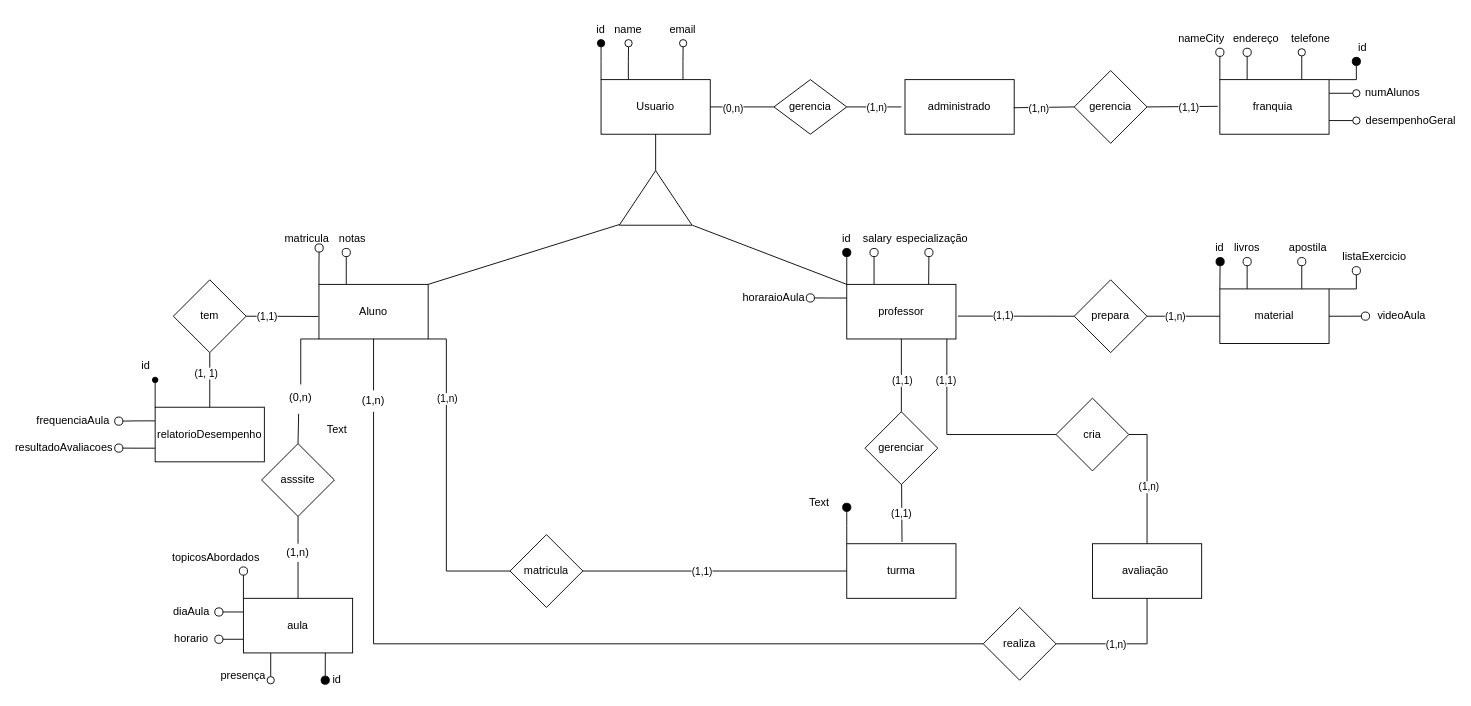
Earlier version of the draw.io diagram Diagrama-Banco-de-dados/DER.drawio (Wal221/ProjetoWeb2). Source tidied: cells renumbered, new cells numbered last; positions are measured from the earlier drawing's top-left corner, leaving out a move shared by most shapes. Both pictures are drawn from the tidied source at 91%, with x=0, y=0 at pixel (36, 15).
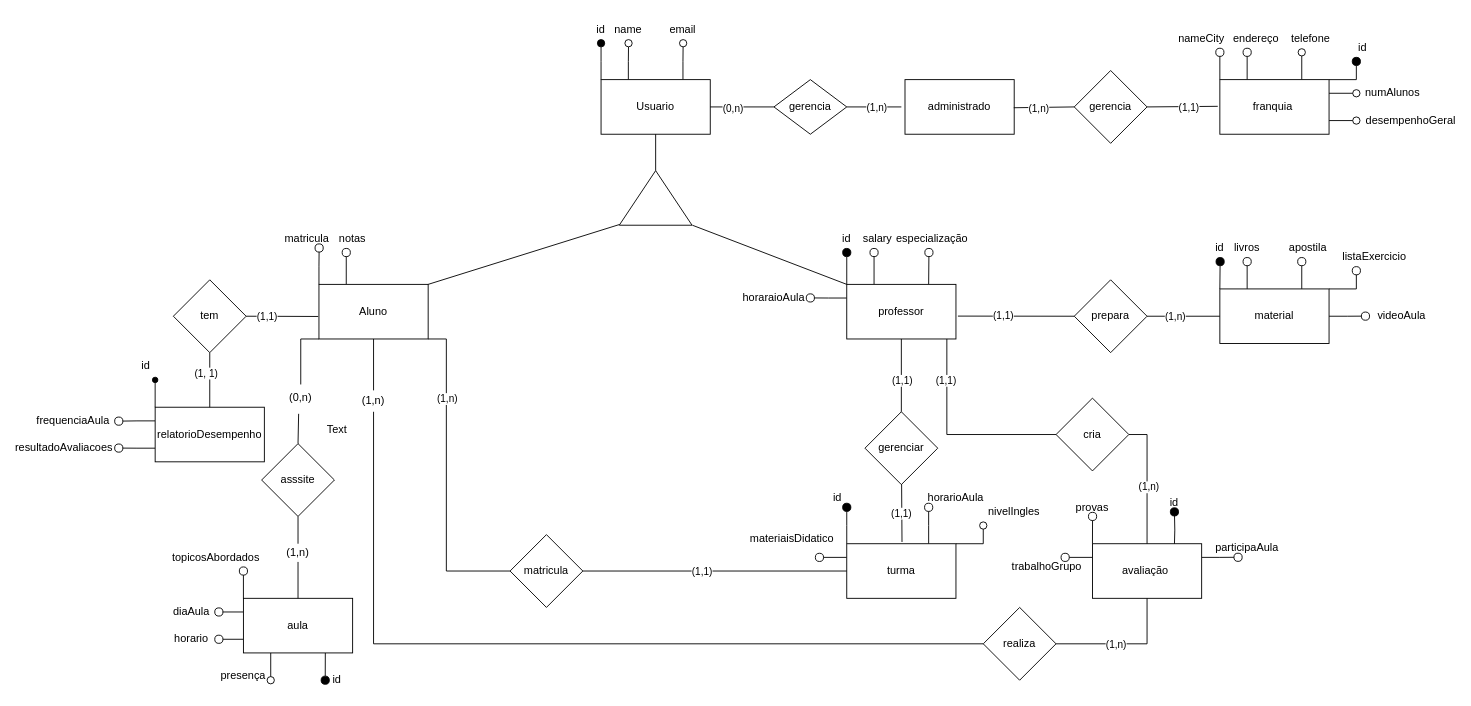
The same diagram, later.

Commit message:
atributos das entidades adicionadas

The change refers to these unchanged cells:
```xml
<mxCell id="39" value="avaliação&amp;nbsp;" style="rounded=0;whiteSpace=wrap;html=1;" parent="1" vertex="1">
  <mxGeometry x="1160" y="580" width="120" height="60" as="geometry" />
</mxCell>
<mxCell id="44" value="turma" style="rounded=0;whiteSpace=wrap;html=1;" parent="1" vertex="1">
  <mxGeometry x="890" y="580" width="120" height="60" as="geometry" />
</mxCell>
```

The edit, as a diff of the source:
```diff
@@
+    <mxCell id="123" style="edgeStyle=orthogonalEdgeStyle;rounded=0;orthogonalLoop=1;jettySize=auto;html=1;exitX=0.75;exitY=0;exitDx=0;exitDy=0;endArrow=oval;endFill=1;endSize=9;" parent="1" edge="1">
+      <mxGeometry relative="1" as="geometry">
+        <mxPoint x="1250" y="585" as="sourcePoint" />
+        <mxPoint x="1250.1" y="545" as="targetPoint" />
+      </mxGeometry>
+    </mxCell>
+    <mxCell id="124" style="edgeStyle=orthogonalEdgeStyle;rounded=0;jettySize=auto;html=1;exitX=0;exitY=0;exitDx=0;exitDy=0;endArrow=oval;endFill=0;endSize=9;" parent="1" edge="1" source="39">
+      <mxGeometry relative="1" as="geometry">
+        <mxPoint x="1160.1" y="550" as="targetPoint" />
+      </mxGeometry>
+    </mxCell>
+    <mxCell id="125" style="edgeStyle=orthogonalEdgeStyle;rounded=0;jettySize=auto;html=1;exitX=0;exitY=0.25;exitDx=0;exitDy=0;endArrow=oval;endFill=0;endSize=9;" parent="1" edge="1" source="39">
+      <mxGeometry relative="1" as="geometry">
+        <mxPoint x="1130" y="595.1" as="targetPoint" />
+      </mxGeometry>
+    </mxCell>
+    <mxCell id="126" style="edgeStyle=orthogonalEdgeStyle;rounded=0;jettySize=auto;html=1;exitX=1;exitY=0.25;exitDx=0;exitDy=0;endArrow=oval;endFill=0;endSize=9;" parent="1" edge="1" source="39">
+      <mxGeometry relative="1" as="geometry">
+        <mxPoint x="1320" y="594.9" as="targetPoint" />
+      </mxGeometry>
+    </mxCell>
@@
+    <mxCell id="127" style="edgeStyle=orthogonalEdgeStyle;rounded=0;jettySize=auto;html=1;exitX=0.75;exitY=0;exitDx=0;exitDy=0;endArrow=oval;endFill=0;endSize=9;" parent="1" edge="1" source="44">
+      <mxGeometry relative="1" as="geometry">
+        <mxPoint x="980" y="540" as="targetPoint" />
+      </mxGeometry>
+    </mxCell>
+    <mxCell id="128" style="edgeStyle=orthogonalEdgeStyle;rounded=0;jettySize=auto;html=1;exitX=1;exitY=0;exitDx=0;exitDy=0;endArrow=oval;endFill=0;endSize=8;" parent="1" edge="1" source="44">
+      <mxGeometry relative="1" as="geometry">
+        <mxPoint x="1040" y="560" as="targetPoint" />
+      </mxGeometry>
+    </mxCell>
+    <mxCell id="129" style="edgeStyle=orthogonalEdgeStyle;rounded=0;jettySize=auto;html=1;exitX=0;exitY=0.25;exitDx=0;exitDy=0;endArrow=oval;endFill=0;endSize=9;" parent="1" edge="1" source="44">
+      <mxGeometry relative="1" as="geometry">
+        <mxPoint x="860" y="595" as="targetPoint" />
+      </mxGeometry>
+    </mxCell>
@@
-    <mxCell id="122" value="Text" style="text;html=1;align=center;verticalAlign=middle;whiteSpace=wrap;rounded=0;" parent="1" vertex="1">
-      <mxGeometry x="830" y="520" width="60" height="30" as="geometry" />
+    <mxCell id="122" value="id" style="text;html=1;align=center;verticalAlign=middle;whiteSpace=wrap;rounded=0;" parent="1" vertex="1">
+      <mxGeometry x="850" y="515" width="60" height="30" as="geometry" />
     </mxCell>
+    <mxCell id="130" value="horarioAula" style="text;html=1;align=center;verticalAlign=middle;whiteSpace=wrap;rounded=0;" parent="1" vertex="1">
+      <mxGeometry x="980" y="515" width="60" height="30" as="geometry" />
+    </mxCell>
+    <mxCell id="131" value="nivelIngles" style="text;html=1;align=center;verticalAlign=middle;whiteSpace=wrap;rounded=0;" parent="1" vertex="1">
+      <mxGeometry x="1044" y="530" width="60" height="30" as="geometry" />
+    </mxCell>
+    <mxCell id="132" value="materiaisDidatico" style="text;html=1;align=center;verticalAlign=middle;whiteSpace=wrap;rounded=0;" parent="1" vertex="1">
+      <mxGeometry x="800" y="560" width="60" height="30" as="geometry" />
+    </mxCell>
+    <mxCell id="133" value="id" style="text;html=1;align=center;verticalAlign=middle;whiteSpace=wrap;rounded=0;" parent="1" vertex="1">
+      <mxGeometry x="1230" y="525" width="40" height="20" as="geometry" />
+    </mxCell>
+    <mxCell id="134" value="provas" style="text;html=1;align=center;verticalAlign=middle;whiteSpace=wrap;rounded=0;" parent="1" vertex="1">
+      <mxGeometry x="1130" y="525" width="60" height="30" as="geometry" />
+    </mxCell>
+    <mxCell id="135" value="trabalhoGrupo" style="text;html=1;align=center;verticalAlign=middle;whiteSpace=wrap;rounded=0;" parent="1" vertex="1">
+      <mxGeometry x="1080" y="590" width="60" height="30" as="geometry" />
+    </mxCell>
+    <mxCell id="136" value="participaAula" style="text;html=1;align=center;verticalAlign=middle;whiteSpace=wrap;rounded=0;" parent="1" vertex="1">
+      <mxGeometry x="1300" y="570" width="60" height="30" as="geometry" />
+    </mxCell>
```
